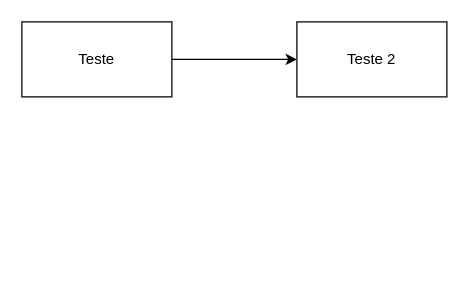
caduaraujo/drawio keeps this draw.io diagram as Diagrama sem nome.drawio. Above is the earlier version. Source tidied: cells renumbered, new cells numbered last; positions are measured from the earlier drawing's top-left corner, leaving out a move shared by most shapes. Both pictures are drawn from the tidied source at 125%, with x=0, y=0 at pixel (21, 21).
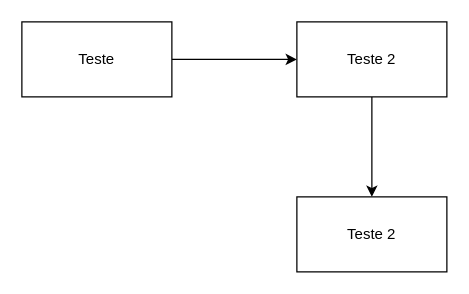
Above is the later version.

What changed in the source:
```diff
@@
 <mxGraphModel>
   <root>
     <mxCell id="0" />
     <mxCell id="1" parent="0" />
     <mxCell id="2" style="edgeStyle=orthogonalEdgeStyle;rounded=0;jettySize=auto;html=1;" parent="1" edge="1" source="3" target="4">
       <mxGeometry relative="1" as="geometry" />
     </mxCell>
     <mxCell id="3" value="Teste" style="rounded=0;whiteSpace=wrap;html=1;" parent="1" vertex="1">
       <mxGeometry width="120" height="60" as="geometry" />
     </mxCell>
+    <mxCell id="5" style="edgeStyle=orthogonalEdgeStyle;rounded=0;jettySize=auto;html=1;" parent="1" edge="1" source="4" target="6">
+      <mxGeometry relative="1" as="geometry" />
+    </mxCell>
     <mxCell id="4" value="Teste 2" style="rounded=0;whiteSpace=wrap;html=1;" parent="1" vertex="1">
       <mxGeometry x="220" width="120" height="60" as="geometry" />
     </mxCell>
+    <mxCell id="6" value="Teste 2" style="rounded=0;whiteSpace=wrap;html=1;" parent="1" vertex="1">
+      <mxGeometry x="220" y="140" width="120" height="60" as="geometry" />
+    </mxCell>
   </root>
 </mxGraphModel>
```
